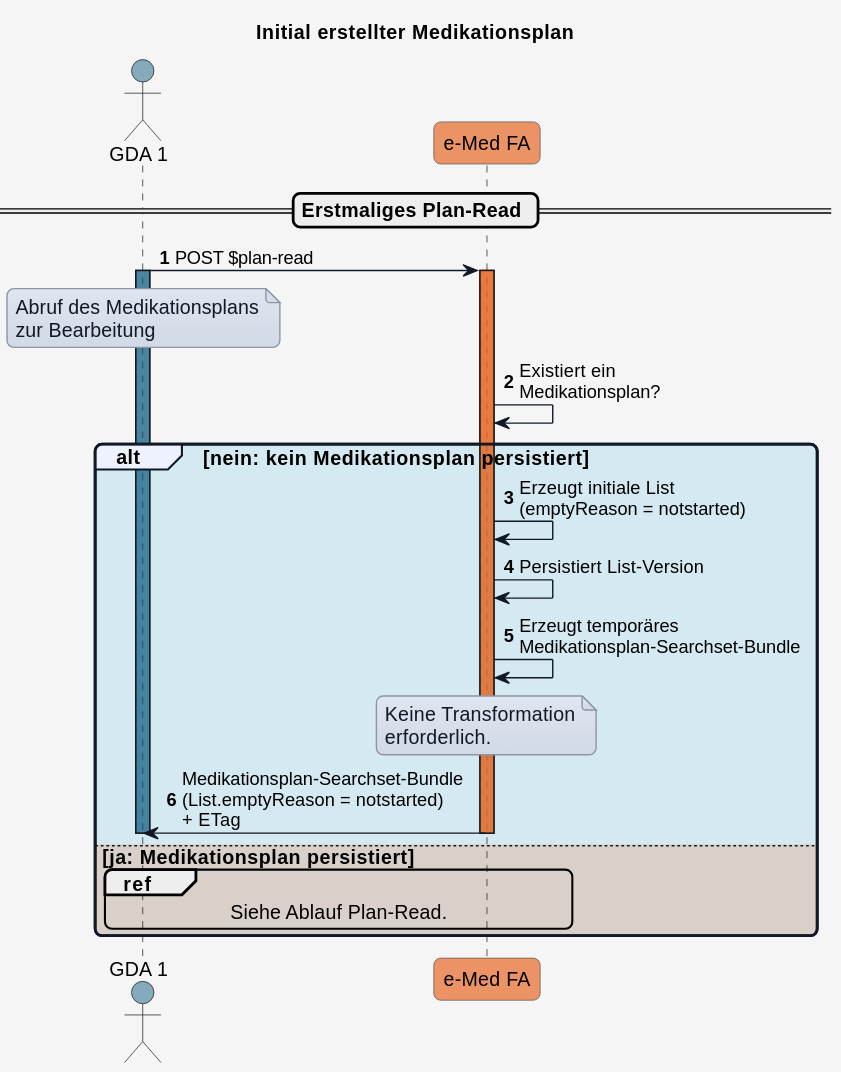
Before: r4-ELGA-e-Medikation-main/plantuml/UC_eMed_01_03.svg, a diagram exported from PlantUML (HL7Austria/hl7austria.github.io).
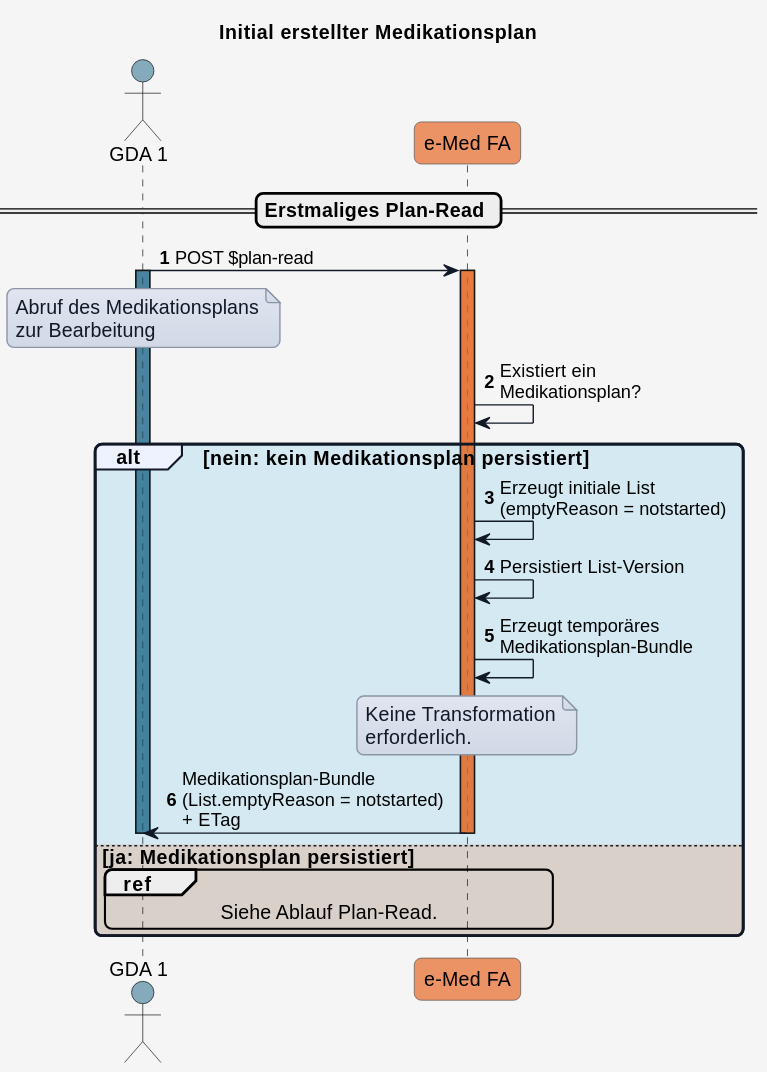
Later version of the same file.

Change to the diagram source:
```diff
@@ -71,13 +71,13 @@
 
   eMed_FA -> eMed_FA: Erzeugt initiale List\n(emptyReason = notstarted)
   eMed_FA -> eMed_FA: Persistiert List-Version
-  eMed_FA -> eMed_FA: Erzeugt temporäres\nMedikationsplan-Searchset-Bundle
+  eMed_FA -> eMed_FA: Erzeugt temporäres\nMedikationsplan-Bundle
 
   note over eMed_FA
   Keine Transformation
   erforderlich.
   end note
-  eMed_FA -> GDA_1: Medikationsplan-Searchset-Bundle\n(List.emptyReason = notstarted)\n+ ETag
+  eMed_FA -> GDA_1: Medikationsplan-Bundle\n(List.emptyReason = notstarted)\n+ ETag
   deactivate eMed_FA
 
 
```
